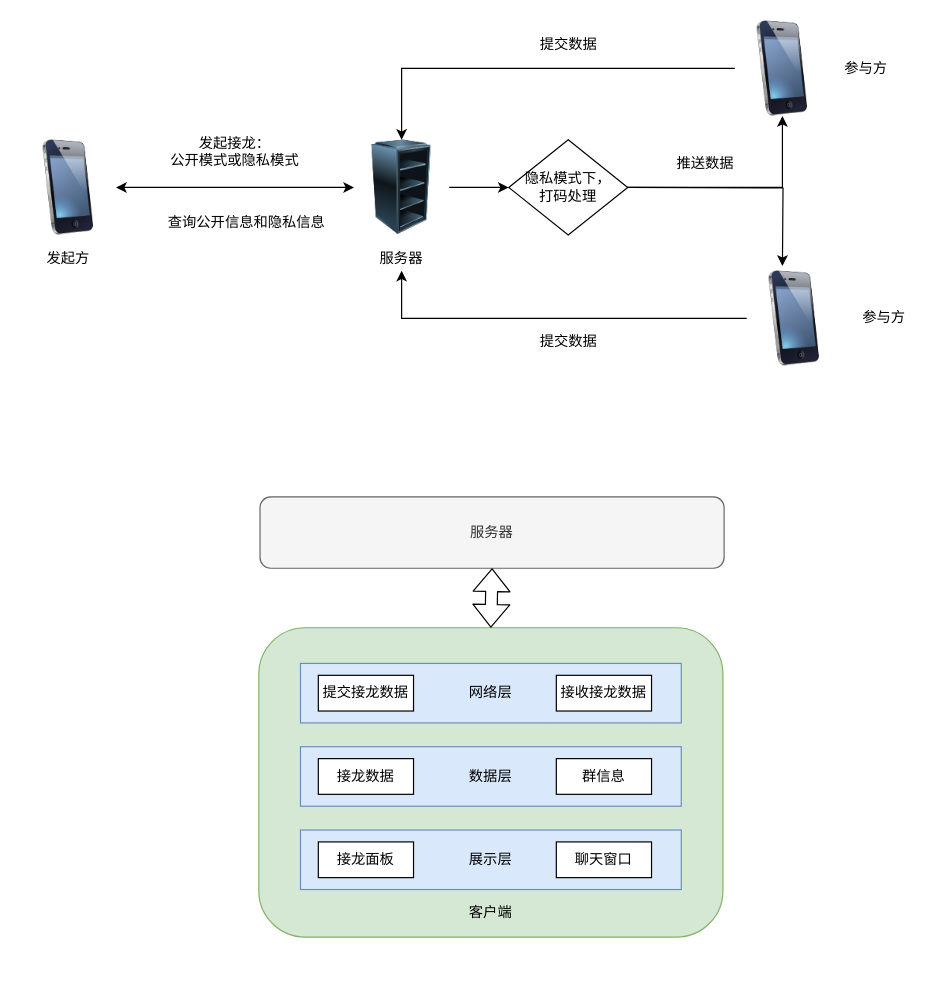
wind1096471134/Brainstorming keeps this draw.io diagram as Untitled Diagram.drawio. Above is the earlier version. Source tidied: cells renumbered, new cells numbered last; positions are measured from the earlier drawing's top-left corner, leaving out a move shared by most shapes. Both pictures are drawn from the tidied source at 119%, with x=0, y=0 at pixel (20, 20).
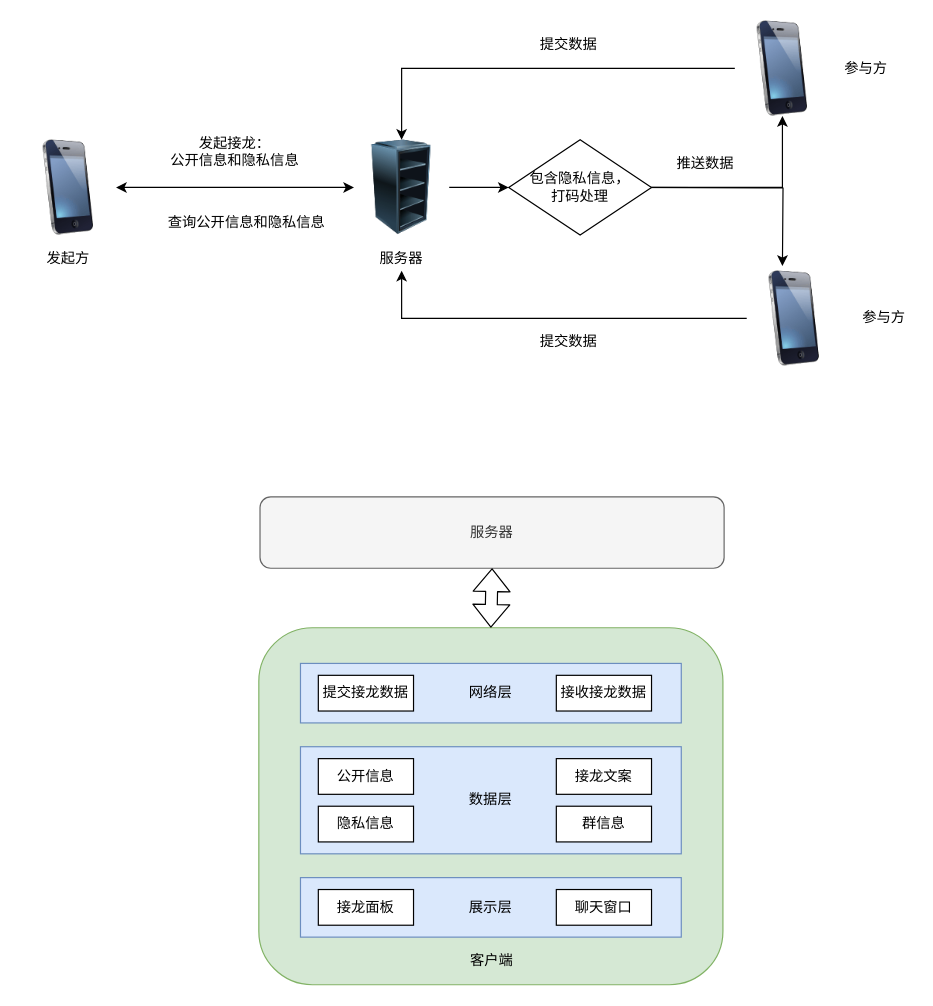
Above is the later version.

Change to the diagram source:
```diff
@@
-    <mxCell id="8" value="发起接龙：&lt;br&gt;公开模式或隐私模式" style="text;html=1;strokeColor=none;fillColor=none;align=center;verticalAlign=middle;whiteSpace=wrap;rounded=0;" parent="1" vertex="1">
+    <mxCell id="8" value="发起接龙：&lt;br&gt;公开信息和隐私信息" style="text;html=1;strokeColor=none;fillColor=none;align=center;verticalAlign=middle;whiteSpace=wrap;rounded=0;" parent="1" vertex="1">
       <mxGeometry x="120" y="100" width="120" height="20" as="geometry" />
     </mxCell>
@@
-    <mxCell id="16" value="隐私模式下，&lt;br&gt;打码处理" style="rhombus;whiteSpace=wrap;html=1;" parent="1" vertex="1">
-      <mxGeometry x="410" y="100" width="100" height="80" as="geometry" />
+    <mxCell id="16" value="包含隐私信息，&lt;br&gt;打码处理" style="rhombus;whiteSpace=wrap;html=1;" parent="1" vertex="1">
+      <mxGeometry x="410" y="100" width="120" height="80" as="geometry" />
     </mxCell>
@@
     <mxCell id="23" style="rounded=1;whiteSpace=wrap;html=1;fillColor=#d5e8d4;strokeColor=#82b366;" parent="1" vertex="1">
-      <mxGeometry x="200" y="510" width="390" height="260" as="geometry" />
+      <mxGeometry x="200" y="510" width="390" height="300" as="geometry" />
     </mxCell>
@@
     <mxCell id="25" value="数据层" style="rounded=0;whiteSpace=wrap;html=1;fillColor=#dae8fc;strokeColor=#6c8ebf;" parent="1" vertex="1">
-      <mxGeometry x="235" y="610" width="320" height="50" as="geometry" />
+      <mxGeometry x="235" y="610" width="320" height="90" as="geometry" />
     </mxCell>
     <mxCell id="26" value="展示层" style="rounded=0;whiteSpace=wrap;html=1;fillColor=#dae8fc;strokeColor=#6c8ebf;" parent="1" vertex="1">
-      <mxGeometry x="235" y="680" width="320" height="50" as="geometry" />
+      <mxGeometry x="235" y="720" width="320" height="50" as="geometry" />
     </mxCell>
     <mxCell id="27" value="客户端" style="text;html=1;strokeColor=none;fillColor=none;align=center;verticalAlign=middle;whiteSpace=wrap;rounded=0;" parent="1" vertex="1">
-      <mxGeometry x="375" y="740" width="40" height="20" as="geometry" />
+      <mxGeometry x="376" y="780" width="40" height="20" as="geometry" />
     </mxCell>
@@
-    <mxCell id="31" value="接龙数据" style="rounded=0;whiteSpace=wrap;html=1;" parent="1" vertex="1">
+    <mxCell id="31" value="公开信息" style="rounded=0;whiteSpace=wrap;html=1;" parent="1" vertex="1">
       <mxGeometry x="250" y="620" width="80" height="30" as="geometry" />
     </mxCell>
     <mxCell id="32" value="群信息" style="rounded=0;whiteSpace=wrap;html=1;" parent="1" vertex="1">
-      <mxGeometry x="450" y="620" width="80" height="30" as="geometry" />
+      <mxGeometry x="450" y="660" width="80" height="30" as="geometry" />
     </mxCell>
     <mxCell id="33" value="接龙面板" style="rounded=0;whiteSpace=wrap;html=1;" parent="1" vertex="1">
-      <mxGeometry x="250" y="690" width="80" height="30" as="geometry" />
+      <mxGeometry x="250" y="730" width="80" height="30" as="geometry" />
     </mxCell>
     <mxCell id="34" value="聊天窗口" style="rounded=0;whiteSpace=wrap;html=1;" parent="1" vertex="1">
-      <mxGeometry x="450" y="690" width="80" height="30" as="geometry" />
+      <mxGeometry x="450" y="730" width="80" height="30" as="geometry" />
     </mxCell>
+    <mxCell id="35" value="隐私信息" style="rounded=0;whiteSpace=wrap;html=1;" parent="1" vertex="1">
+      <mxGeometry x="250" y="660" width="80" height="30" as="geometry" />
+    </mxCell>
+    <mxCell id="36" value="接龙文案" style="rounded=0;whiteSpace=wrap;html=1;" parent="1" vertex="1">
+      <mxGeometry x="450" y="620" width="80" height="30" as="geometry" />
+    </mxCell>
```
